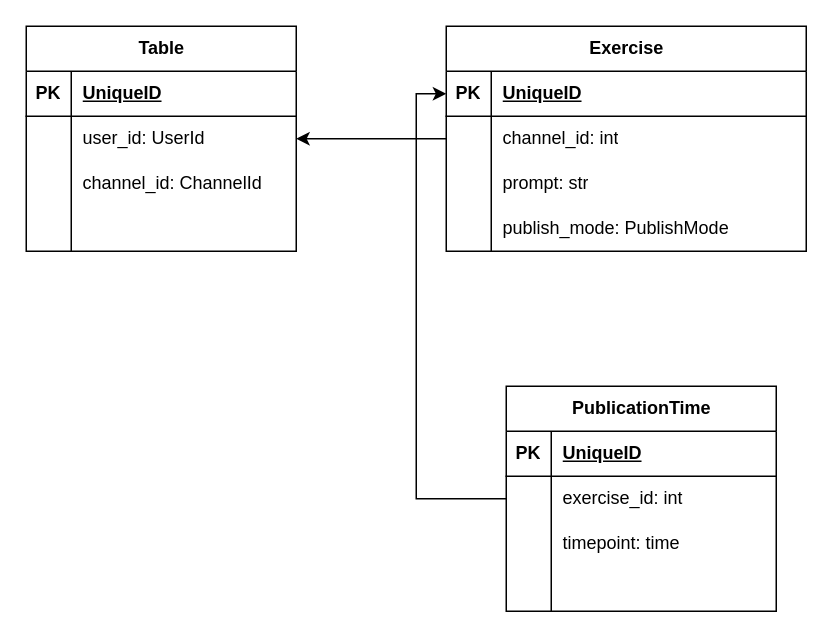
KmvRoman/Diagrams keeps this draw.io diagram as page "database cheme" (2 of 2) of ChatGPT typing.drawio. Above is the earlier version. Source tidied: cells renumbered, new cells numbered last; positions are measured from the earlier drawing's top-left corner, leaving out a move shared by most shapes. Both pictures are drawn from the tidied source at 150%, with x=0, y=0 at pixel (26, 26).
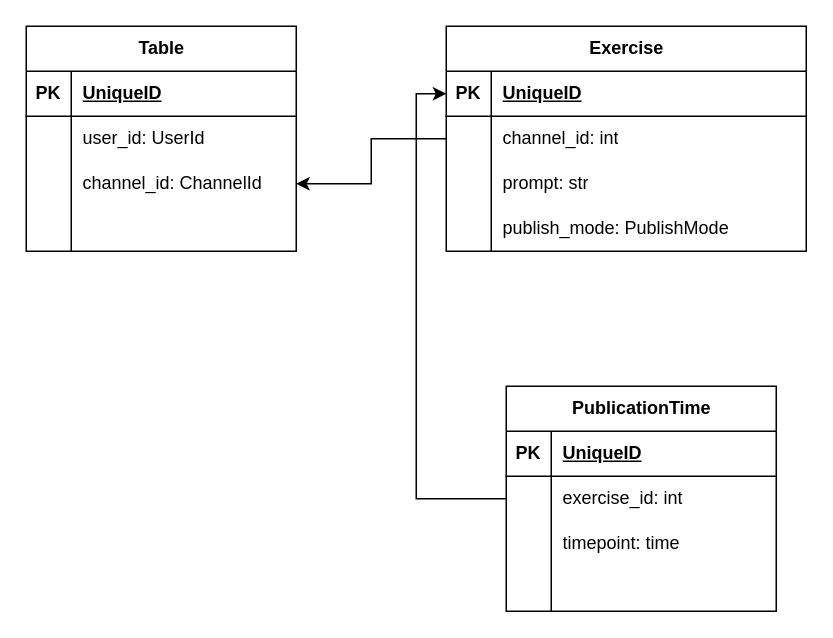
The same page after the edit.

Unchanged cells that the change refers to:
```xml
<mxCell id="6" style="shape=tableRow;horizontal=0;startSize=0;swimlaneHead=0;swimlaneBody=0;fillColor=none;points=[[0,0.5],[1,0.5]];portConstraint=eastwest;top=0;left=0;right=0;bottom=0;" parent="2" vertex="1">
  <mxGeometry y="60" width="180" height="30" as="geometry" />
</mxCell>
<mxCell id="9" style="shape=tableRow;horizontal=0;startSize=0;swimlaneHead=0;swimlaneBody=0;fillColor=none;points=[[0,0.5],[1,0.5]];portConstraint=eastwest;top=0;left=0;right=0;bottom=0;" parent="2" vertex="1">
  <mxGeometry y="90" width="180" height="30" as="geometry" />
</mxCell>
<mxCell id="16" value="Exercise" style="shape=table;startSize=30;childLayout=tableLayout;rowLines=0;fontStyle=1;align=center;html=1;" parent="1" vertex="1">
  <mxGeometry x="280" width="240" height="150" as="geometry" />
</mxCell>
```

Change to the diagram source:
```diff
@@
-    <mxCell id="15" style="edgeStyle=orthogonalEdgeStyle;rounded=0;jettySize=auto;html=1;entryX=1;entryY=0.5;entryDx=0;entryDy=0;" parent="1" edge="1" source="16" target="6">
+    <mxCell id="15" style="edgeStyle=orthogonalEdgeStyle;rounded=0;jettySize=auto;html=1;entryX=1;entryY=0.5;entryDx=0;entryDy=0;" parent="1" edge="1" source="16" target="9">
       <mxGeometry relative="1" as="geometry" />
     </mxCell>
```
